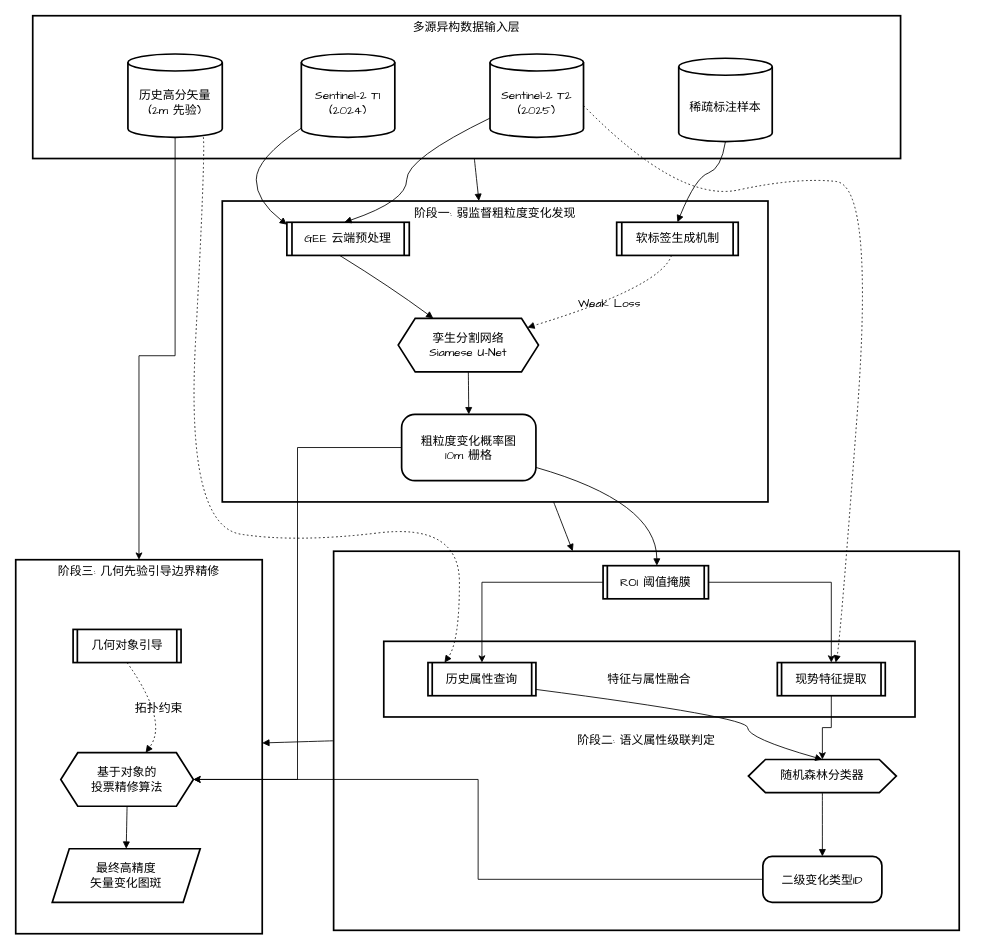
Earlier version of the draw.io diagram 主图.drawio (jayzky/GEE-code). Source tidied: cells renumbered, new cells numbered last; positions are measured from the earlier drawing's top-left corner, leaving out a move shared by most shapes. Both pictures are drawn from the tidied source at 85%, with x=0, y=0 at pixel (15, 15).
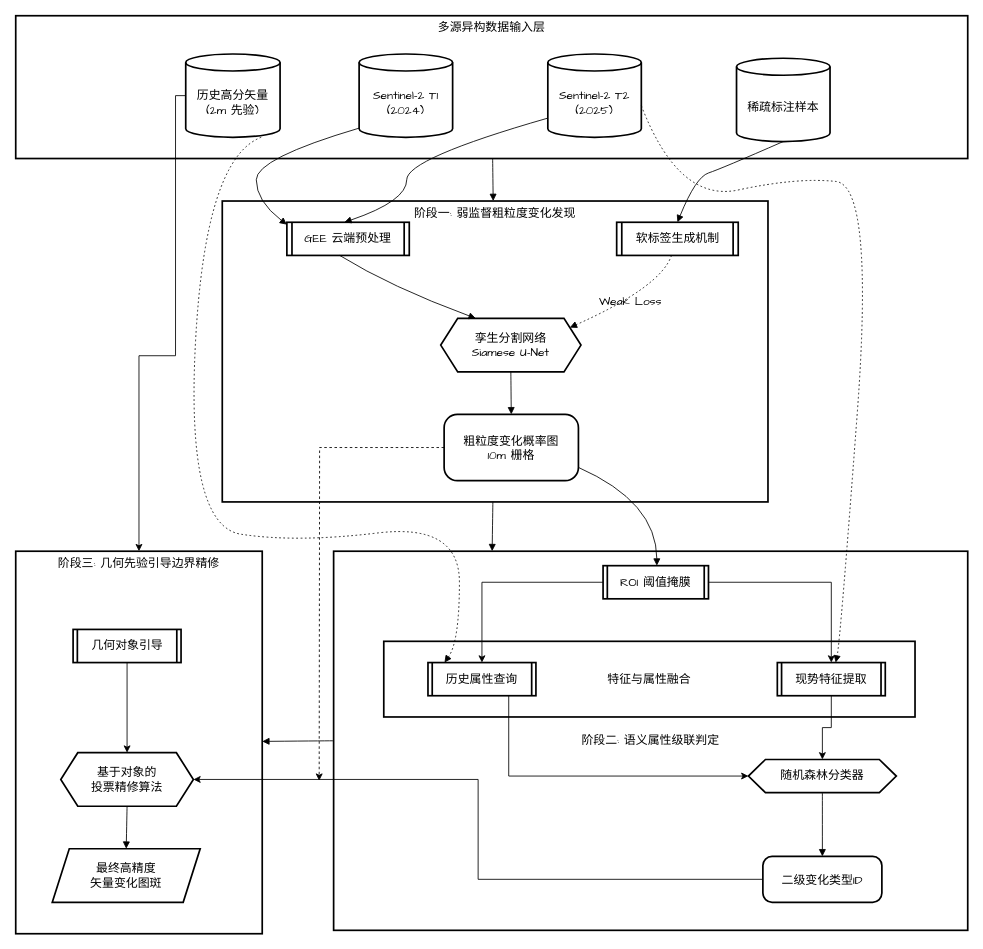
After the change.

Unchanged cells that the change refers to:
```xml
<mxCell id="5" value="阶段一: 弱监督粗粒度变化发现" style="whiteSpace=wrap;strokeWidth=2;align=center;verticalAlign=top;fontFamily=Comic Sans MS;labelBackgroundColor=none;fontSize=14;" parent="1" vertex="1">
  <mxGeometry x="243" y="218" width="642" height="354" as="geometry" />
</mxCell>
<mxCell id="20" value="历史属性查询" style="strokeWidth=2;shape=process;whiteSpace=wrap;size=0.04;labelBackgroundColor=none;fontFamily=Comic Sans MS;fontSize=14;" parent="1" vertex="1">
  <mxGeometry x="485" y="761" width="127" height="39" as="geometry" />
</mxCell>
<mxCell id="23" value="随机森林分类器" style="shape=hexagon;perimeter=hexagonPerimeter2;fixedSize=1;strokeWidth=2;whiteSpace=wrap;labelBackgroundColor=none;fontFamily=Comic Sans MS;fontSize=14;" parent="1" vertex="1">
  <mxGeometry x="862" y="875" width="174" height="39" as="geometry" />
</mxCell>
<mxCell id="26" value="几何对象引导" style="strokeWidth=2;shape=process;whiteSpace=wrap;size=0.04;labelBackgroundColor=none;fontFamily=Comic Sans MS;fontSize=14;" parent="1" vertex="1">
  <mxGeometry x="67.5" y="722" width="127" height="39" as="geometry" />
</mxCell>
<mxCell id="27" value="基于对象的&#10;投票精修算法" style="shape=hexagon;perimeter=hexagonPerimeter2;fixedSize=1;strokeWidth=2;whiteSpace=wrap;labelBackgroundColor=none;fontFamily=Comic Sans MS;fontSize=14;" parent="1" vertex="1">
  <mxGeometry x="53" y="867" width="156" height="63" as="geometry" />
</mxCell>
```

Diff of the diagram source:
```diff
@@
     <mxCell id="2" value="阶段三: 几何先验引导边界精修" style="whiteSpace=wrap;strokeWidth=2;labelBackgroundColor=none;fontFamily=Comic Sans MS;verticalAlign=top;fontSize=14;" parent="1" vertex="1">
-      <mxGeometry y="640" width="290" height="440" as="geometry" />
+      <mxGeometry y="630" width="290" height="450" as="geometry" />
     </mxCell>
     <mxCell id="3" value="阶段二: 语义属性级联判定" style="whiteSpace=wrap;strokeWidth=2;labelBackgroundColor=none;fontFamily=Comic Sans MS;fontSize=14;" parent="1" vertex="1">
-      <mxGeometry x="374" y="630" width="736" height="446" as="geometry" />
+      <mxGeometry x="374" y="630" width="746" height="446" as="geometry" />
     </mxCell>
@@
     <mxCell id="6" value="多源异构数据输入层" style="whiteSpace=wrap;strokeWidth=2;align=center;verticalAlign=top;fontFamily=Comic Sans MS;fontSize=14;labelBackgroundColor=none;" parent="1" vertex="1">
-      <mxGeometry x="20" width="1021" height="168" as="geometry" />
+      <mxGeometry width="1120" height="168" as="geometry" />
     </mxCell>
     <mxCell id="7" value="Sentinel-2 T1&#10;(2024)" style="shape=cylinder3;boundedLbl=1;backgroundOutline=1;size=10;strokeWidth=2;whiteSpace=wrap;labelBackgroundColor=none;fontFamily=Comic Sans MS;fontSize=14;" parent="1" vertex="1">
-      <mxGeometry x="336" y="45" width="110" height="98" as="geometry" />
+      <mxGeometry x="404" y="45" width="110" height="98" as="geometry" />
     </mxCell>
     <mxCell id="8" value="Sentinel-2 T2&#10;(2025)" style="shape=cylinder3;boundedLbl=1;backgroundOutline=1;size=10;strokeWidth=2;whiteSpace=wrap;labelBackgroundColor=none;fontFamily=Comic Sans MS;fontSize=14;" parent="1" vertex="1">
-      <mxGeometry x="558" y="45" width="110" height="98" as="geometry" />
+      <mxGeometry x="626" y="45" width="110" height="98" as="geometry" />
     </mxCell>
@@
     <mxCell id="10" value="历史高分矢量&#10;(2m 先验)" style="shape=cylinder3;boundedLbl=1;backgroundOutline=1;size=10;strokeWidth=2;whiteSpace=wrap;labelBackgroundColor=none;fontFamily=Comic Sans MS;fontSize=14;" parent="1" vertex="1">
-      <mxGeometry x="132" y="45" width="111" height="98" as="geometry" />
+      <mxGeometry x="200" y="45" width="111" height="98" as="geometry" />
     </mxCell>
     <mxCell id="11" value="稀疏标注样本" style="shape=cylinder3;boundedLbl=1;backgroundOutline=1;size=10;strokeWidth=2;whiteSpace=wrap;labelBackgroundColor=none;fontFamily=Comic Sans MS;fontSize=14;" parent="1" vertex="1">
-      <mxGeometry x="780" y="50" width="110" height="98" as="geometry" />
+      <mxGeometry x="848" y="50" width="110" height="98" as="geometry" />
     </mxCell>
@@
     <mxCell id="14" value="孪生分割网络&#10;Siamese U-Net" style="shape=hexagon;perimeter=hexagonPerimeter2;fixedSize=1;strokeWidth=2;whiteSpace=wrap;labelBackgroundColor=none;fontFamily=Comic Sans MS;fontSize=14;" parent="1" vertex="1">
-      <mxGeometry x="450" y="356" width="165" height="63" as="geometry" />
+      <mxGeometry x="500" y="356" width="165" height="63" as="geometry" />
     </mxCell>
-    <mxCell id="15" style="edgeStyle=orthogonalEdgeStyle;rounded=0;jettySize=auto;html=1;entryX=1;entryY=0.5;entryDx=0;entryDy=0;fontFamily=Comic Sans MS;fontSize=14;" parent="1" edge="1" source="16" target="27">
-      <mxGeometry relative="1" as="geometry" />
+    <mxCell id="15" style="edgeStyle=orthogonalEdgeStyle;rounded=0;jettySize=auto;html=1;fontFamily=Comic Sans MS;fontSize=14;strokeColor=default;curved=0;dashed=1;strokeWidth=1;" parent="1" edge="1" source="16">
+      <mxGeometry relative="1" as="geometry">
+        <mxPoint x="357" y="900" as="targetPoint" />
+      </mxGeometry>
     </mxCell>
     <mxCell id="16" value="粗粒度变化概率图&#10;10m 栅格" style="rounded=1;arcSize=20;strokeWidth=2;labelBackgroundColor=none;fontFamily=Comic Sans MS;fontSize=14;" parent="1" vertex="1">
-      <mxGeometry x="454" y="469" width="158" height="78" as="geometry" />
+      <mxGeometry x="504" y="469" width="158" height="78" as="geometry" />
     </mxCell>
@@
+    <mxCell id="38" style="edgeStyle=orthogonalEdgeStyle;rounded=0;jettySize=auto;html=1;entryX=0;entryY=0.5;entryDx=0;entryDy=0;" parent="1" edge="1" source="20" target="23">
+      <mxGeometry relative="1" as="geometry">
+        <Array as="points">
+          <mxPoint x="580" y="894" />
+        </Array>
+      </mxGeometry>
+    </mxCell>
@@
+    <mxCell id="40" style="edgeStyle=orthogonalEdgeStyle;rounded=0;jettySize=auto;html=1;entryX=0.5;entryY=0;entryDx=0;entryDy=0;" parent="1" edge="1" source="26" target="27">
+      <mxGeometry relative="1" as="geometry" />
+    </mxCell>
@@
-    <mxCell id="38" style="curved=1;startArrow=none;endArrow=block;exitX=1;exitY=0.81;entryX=0.5;entryY=0;rounded=0;labelBackgroundColor=none;fontColor=default;fontFamily=Comic Sans MS;entryDx=0;entryDy=0;fontSize=14;" parent="1" edge="1" source="20" target="23">
-      <mxGeometry relative="1" as="geometry">
-        <Array as="points">
-          <mxPoint x="861" y="825" />
-          <mxPoint x="861" y="850" />
-        </Array>
-      </mxGeometry>
-    </mxCell>
@@
-    <mxCell id="40" value="拓扑约束" style="curved=1;dashed=1;dashPattern=2 3;startArrow=none;endArrow=block;exitX=0.5;exitY=0.99;entryX=0.64;entryY=0;rounded=0;labelBackgroundColor=none;fontColor=default;fontFamily=Comic Sans MS;fontSize=14;" parent="1" edge="1" source="26" target="27">
-      <mxGeometry relative="1" as="geometry">
-        <Array as="points">
-          <mxPoint x="180" y="830" />
-        </Array>
-      </mxGeometry>
-    </mxCell>
@@
-    <mxCell id="43" style="curved=1;startArrow=none;endArrow=block;rounded=0;labelBackgroundColor=none;fontColor=default;fontFamily=Comic Sans MS;fontSize=14;" parent="1" edge="1" source="5" target="3">
+    <mxCell id="43" style="curved=1;startArrow=none;endArrow=block;rounded=0;labelBackgroundColor=none;fontColor=default;fontFamily=Comic Sans MS;fontSize=14;entryX=0.25;entryY=0;entryDx=0;entryDy=0;" parent="1" edge="1" source="5" target="3">
       <mxGeometry relative="1" as="geometry" />
     </mxCell>
```
